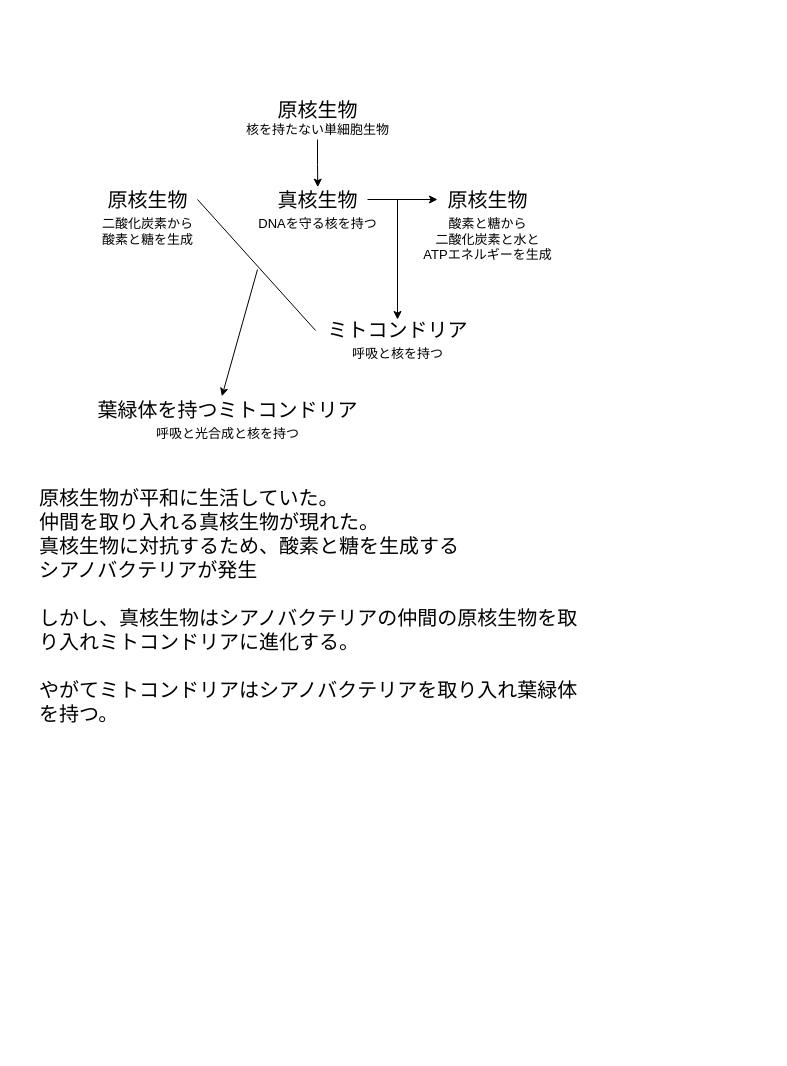
Before: page "誕生" (1 of 2) of eater.drawio in idaks1325/eater_design, a draw.io diagram. Source tidied: cells renumbered, new cells numbered last; positions are measured from the earlier drawing's top-left corner, leaving out a move shared by most shapes. Both pictures are drawn from the tidied source at 100%, with x=0, y=0 at pixel (37, 99).
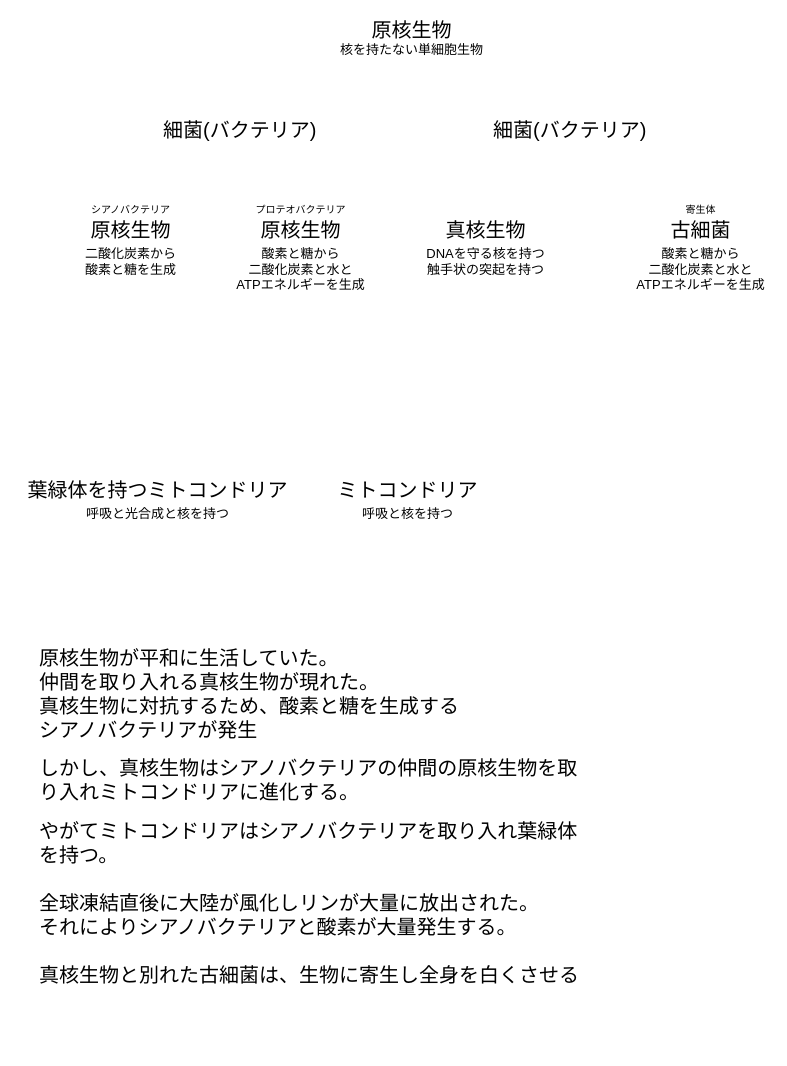
Above is the later version.

Diff of the diagram source:
```diff
@@
     <mxCell id="2" value="&lt;font style=&quot;font-size: 20px&quot;&gt;原核生物&lt;/font&gt;" style="text;html=1;align=center;verticalAlign=middle;" parent="1" vertex="1">
-      <mxGeometry x="230" width="100" height="20" as="geometry" />
+      <mxGeometry x="324" y="-80" width="100" height="20" as="geometry" />
     </mxCell>
-    <mxCell id="3" style="edgeStyle=orthogonalEdgeStyle;rounded=0;jettySize=auto;html=1;entryX=0.503;entryY=-0.117;entryDx=0;entryDy=0;entryPerimeter=0;" parent="1" edge="1" source="4" target="8">
-      <mxGeometry relative="1" as="geometry" />
-    </mxCell>
     <mxCell id="4" value="&lt;span style=&quot;font-family: &amp;#34;arial&amp;#34; ; font-size: 13px&quot;&gt;核を持たない単細胞生物&lt;/span&gt;" style="text;html=1;align=center;verticalAlign=middle;points=[];" parent="1" vertex="1">
-      <mxGeometry x="200" y="20" width="160" height="20" as="geometry" />
+      <mxGeometry x="294" y="-60" width="160" height="20" as="geometry" />
     </mxCell>
     <mxCell id="5" value="&lt;font style=&quot;font-size: 20px&quot;&gt;原核生物&lt;/font&gt;" style="text;html=1;align=center;verticalAlign=middle;" parent="1" vertex="1">
-      <mxGeometry x="60" y="90" width="100" height="20" as="geometry" />
+      <mxGeometry x="42.5" y="120" width="100" height="20" as="geometry" />
     </mxCell>
     <mxCell id="6" value="&lt;span style=&quot;font-family: &amp;#34;arial&amp;#34; ; font-size: 13px&quot;&gt;二酸化炭素から&lt;br&gt;酸素と糖を生成&lt;/span&gt;" style="text;html=1;align=center;verticalAlign=top;" parent="1" vertex="1">
-      <mxGeometry x="55" y="110" width="110" height="30" as="geometry" />
+      <mxGeometry x="37.5" y="140" width="110" height="30" as="geometry" />
     </mxCell>
-    <mxCell id="7" style="edgeStyle=orthogonalEdgeStyle;rounded=0;jettySize=auto;html=1;" parent="1" edge="1" source="8" target="10">
-      <mxGeometry relative="1" as="geometry" />
-    </mxCell>
     <mxCell id="8" value="&lt;font style=&quot;font-size: 20px&quot;&gt;真核生物&lt;/font&gt;" style="text;html=1;align=center;verticalAlign=middle;points=[];" parent="1" vertex="1">
-      <mxGeometry x="230" y="90" width="100" height="20" as="geometry" />
+      <mxGeometry x="397.5" y="120" width="100" height="20" as="geometry" />
     </mxCell>
-    <mxCell id="9" value="&lt;span style=&quot;font-family: &amp;#34;arial&amp;#34; ; font-size: 13px&quot;&gt;DNAを守る核を持つ&lt;/span&gt;" style="text;html=1;align=center;verticalAlign=top;" parent="1" vertex="1">
-      <mxGeometry x="215" y="110" width="130" height="20" as="geometry" />
+    <mxCell id="9" value="&lt;font face=&quot;arial&quot;&gt;&lt;span style=&quot;font-size: 13px&quot;&gt;DNAを守る核を持つ&lt;/span&gt;&lt;/font&gt;&lt;br&gt;&lt;font face=&quot;arial&quot;&gt;&lt;span style=&quot;font-size: 13px&quot;&gt;触手状の突起を持つ&lt;/span&gt;&lt;/font&gt;" style="text;html=1;align=center;verticalAlign=top;" parent="1" vertex="1">
+      <mxGeometry x="382.5" y="140" width="130" height="30" as="geometry" />
     </mxCell>
     <mxCell id="10" value="&lt;font style=&quot;font-size: 20px&quot;&gt;原核生物&lt;/font&gt;" style="text;html=1;align=center;verticalAlign=middle;points=[];" parent="1" vertex="1">
-      <mxGeometry x="400" y="90" width="100" height="20" as="geometry" />
+      <mxGeometry x="212.5" y="120" width="100" height="20" as="geometry" />
     </mxCell>
     <mxCell id="11" value="&lt;font face=&quot;arial&quot;&gt;&lt;span style=&quot;font-size: 13px&quot;&gt;酸素と糖から&lt;br&gt;二酸化炭素と水と&lt;br&gt;ATPエネルギーを生成&lt;br&gt;&lt;/span&gt;&lt;/font&gt;" style="text;html=1;align=center;verticalAlign=top;" parent="1" vertex="1">
-      <mxGeometry x="380" y="110" width="140" height="50" as="geometry" />
+      <mxGeometry x="192.5" y="140" width="140" height="50" as="geometry" />
     </mxCell>
     <mxCell id="12" value="&lt;font style=&quot;font-size: 20px&quot;&gt;ミトコンドリア&lt;/font&gt;" style="text;html=1;align=center;verticalAlign=middle;points=[];" parent="1" vertex="1">
-      <mxGeometry x="280" y="220" width="160" height="20" as="geometry" />
+      <mxGeometry x="290" y="380" width="160" height="20" as="geometry" />
     </mxCell>
     <mxCell id="13" value="&lt;font face=&quot;arial&quot;&gt;&lt;span style=&quot;font-size: 13px&quot;&gt;呼吸と核を持つ&lt;br&gt;&lt;/span&gt;&lt;/font&gt;" style="text;html=1;align=center;verticalAlign=top;" parent="1" vertex="1">
-      <mxGeometry x="305" y="240" width="110" height="20" as="geometry" />
+      <mxGeometry x="315" y="400" width="110" height="20" as="geometry" />
     </mxCell>
     <mxCell id="14" value="&lt;font style=&quot;font-size: 20px&quot;&gt;葉緑体を持つミトコンドリア&lt;/font&gt;" style="text;html=1;align=center;verticalAlign=middle;points=[];" parent="1" vertex="1">
-      <mxGeometry x="50" y="300" width="280" height="20" as="geometry" />
+      <mxGeometry x="-20" y="380" width="280" height="20" as="geometry" />
     </mxCell>
     <mxCell id="15" value="&lt;font face=&quot;arial&quot;&gt;&lt;span style=&quot;font-size: 13px&quot;&gt;呼吸と&lt;/span&gt;&lt;/font&gt;&lt;span style=&quot;font-family: &amp;#34;arial&amp;#34; ; font-size: 13px&quot;&gt;光合成と&lt;/span&gt;&lt;font face=&quot;arial&quot;&gt;&lt;span style=&quot;font-size: 13px&quot;&gt;核を持つ&lt;br&gt;&lt;/span&gt;&lt;/font&gt;" style="text;html=1;align=center;verticalAlign=top;" parent="1" vertex="1">
-      <mxGeometry x="110" y="320" width="160" height="20" as="geometry" />
+      <mxGeometry x="40" y="400" width="160" height="20" as="geometry" />
     </mxCell>
-    <mxCell id="16" style="endArrow=classic;html=1;entryX=0.48;entryY=-0.158;entryDx=0;entryDy=0;entryPerimeter=0;" parent="1" edge="1" target="14">
-      <mxGeometry relative="1" as="geometry">
-        <mxPoint x="220" y="170" as="sourcePoint" />
-      </mxGeometry>
-    </mxCell>
-    <mxCell id="17" style="endArrow=classic;html=1;" parent="1" edge="1">
-      <mxGeometry relative="1" as="geometry">
-        <mxPoint x="360" y="100" as="sourcePoint" />
-        <mxPoint x="360" y="220" as="targetPoint" />
-      </mxGeometry>
-    </mxCell>
-    <mxCell id="18" style="endArrow=none;html=1;entryX=-0.012;entryY=0.55;entryDx=0;entryDy=0;entryPerimeter=0;" parent="1" edge="1" target="12">
-      <mxGeometry relative="1" as="geometry">
-        <mxPoint x="160" y="100" as="sourcePoint" />
-      </mxGeometry>
-    </mxCell>
-    <mxCell id="19" value="&lt;span style=&quot;color: rgb(0, 0, 0); font-family: arial; font-size: 20px; font-style: normal; font-weight: 400; letter-spacing: normal; text-align: left; text-indent: 0px; text-transform: none; word-spacing: 0px; display: inline; float: none;&quot;&gt;原核生物が平和に生活していた。&#10;仲間を取り入れる真核生物が現れた。&#10;真核生物に対抗するため、酸素と糖を生成する&#10;シアノバクテリアが発生&#10;&#10;しかし、真核生物はシアノバクテリアの仲間の原核生物を取り入れミトコンドリアに進化する。&#10;&#10;やがてミトコンドリアはシアノバクテリアを取り入れ葉緑体を持つ。&lt;/span&gt;" style="text;whiteSpace=wrap;html=1;" parent="1" vertex="1">
-      <mxGeometry y="380" width="550" height="190" as="geometry" />
+    <mxCell id="19" value="&lt;span style=&quot;text-align: left ; text-indent: 0px ; display: inline ; float: none&quot;&gt;&lt;font face=&quot;arial&quot;&gt;&lt;span style=&quot;font-size: 20px&quot;&gt;原核生物が平和に生活していた。&lt;/span&gt;&lt;/font&gt;&lt;br&gt;&lt;font face=&quot;arial&quot;&gt;&lt;span style=&quot;font-size: 20px&quot;&gt;仲間を取り入れる真核生物が現れた。&lt;/span&gt;&lt;/font&gt;&lt;br&gt;&lt;font face=&quot;arial&quot;&gt;&lt;span style=&quot;font-size: 20px&quot;&gt;真核生物に対抗するため、酸素と糖を生成する&lt;/span&gt;&lt;/font&gt;&lt;br&gt;&lt;font face=&quot;arial&quot;&gt;&lt;span style=&quot;font-size: 20px&quot;&gt;シアノバクテリアが発生&lt;/span&gt;&lt;/font&gt;&lt;br&gt;&lt;br&gt;&lt;font face=&quot;arial&quot;&gt;&lt;span style=&quot;font-size: 20px&quot;&gt;しかし、真核生物はシアノバクテリアの仲間の原核生物を取り入れミトコンドリアに進化する。&lt;/span&gt;&lt;/font&gt;&lt;br&gt;&lt;br&gt;&lt;font face=&quot;arial&quot;&gt;&lt;span style=&quot;font-size: 20px&quot;&gt;やがてミトコンドリアはシアノバクテリアを取り入れ葉緑体を持つ。&lt;br&gt;&lt;br&gt;&lt;/span&gt;&lt;/font&gt;&lt;font face=&quot;arial&quot;&gt;&lt;span style=&quot;font-size: 20px&quot;&gt;全球凍結直後に大陸が風化しリンが大量に放出された。&lt;br&gt;&lt;/span&gt;&lt;span style=&quot;font-size: 20px&quot;&gt;それによりシアノバクテリアと酸素が大量発生する。&lt;br&gt;&lt;br&gt;&lt;/span&gt;&lt;/font&gt;&lt;span style=&quot;font-family: &amp;#34;arial&amp;#34; ; font-size: 20px&quot;&gt;真核生物と別れた&lt;/span&gt;&lt;span style=&quot;font-family: &amp;#34;arial&amp;#34; ; font-size: 20px&quot;&gt;古細菌は、生物に&lt;/span&gt;&lt;span style=&quot;font-family: &amp;#34;arial&amp;#34; ; font-size: 20px&quot;&gt;寄生し全身を白くさせる&lt;/span&gt;&lt;br style=&quot;font-family: &amp;#34;arial&amp;#34; ; font-size: 20px&quot;&gt;&lt;br&gt;&lt;/span&gt;" style="text;whiteSpace=wrap;html=1;" parent="1" vertex="1">
+      <mxGeometry y="540" width="550" height="410" as="geometry" />
     </mxCell>
+    <mxCell id="20" value="&lt;font style=&quot;font-size: 10px&quot;&gt;プロテオバクテリア&lt;/font&gt;" style="text;html=1;align=center;verticalAlign=middle;" parent="1" vertex="1">
+      <mxGeometry x="212.5" y="100" width="100" height="20" as="geometry" />
+    </mxCell>
+    <mxCell id="21" value="&lt;font style=&quot;font-size: 10px&quot;&gt;シアノバクテリア&lt;/font&gt;" style="text;html=1;align=center;verticalAlign=middle;" parent="1" vertex="1">
+      <mxGeometry x="47.5" y="100" width="90" height="20" as="geometry" />
+    </mxCell>
+    <mxCell id="22" value="&lt;font style=&quot;font-size: 20px&quot;&gt;細菌(バクテリア)&lt;br&gt;&lt;/font&gt;" style="text;html=1;align=left;verticalAlign=middle;" parent="1" vertex="1">
+      <mxGeometry x="124" y="20" width="170" height="20" as="geometry" />
+    </mxCell>
+    <mxCell id="23" value="&lt;font style=&quot;font-size: 20px&quot;&gt;古細菌&lt;/font&gt;" style="text;html=1;align=center;verticalAlign=middle;" parent="1" vertex="1">
+      <mxGeometry x="622.5" y="120" width="80" height="20" as="geometry" />
+    </mxCell>
+    <mxCell id="24" value="&lt;font face=&quot;arial&quot;&gt;&lt;span style=&quot;font-size: 13px&quot;&gt;酸素と糖から&lt;br&gt;二酸化炭素と水と&lt;br&gt;ATPエネルギーを生成&lt;br&gt;&lt;/span&gt;&lt;/font&gt;" style="text;html=1;align=center;verticalAlign=top;" parent="1" vertex="1">
+      <mxGeometry x="592.5" y="140" width="140" height="50" as="geometry" />
+    </mxCell>
+    <mxCell id="25" value="&lt;font style=&quot;font-size: 10px&quot;&gt;寄生体&lt;/font&gt;" style="text;html=1;align=center;verticalAlign=middle;" parent="1" vertex="1">
+      <mxGeometry x="637.5" y="100" width="50" height="20" as="geometry" />
+    </mxCell>
+    <mxCell id="26" value="&lt;font style=&quot;font-size: 20px&quot;&gt;細菌(バクテリア)&lt;br&gt;&lt;/font&gt;" style="text;html=1;align=left;verticalAlign=middle;" parent="1" vertex="1">
+      <mxGeometry x="454" y="20" width="170" height="20" as="geometry" />
+    </mxCell>
```
